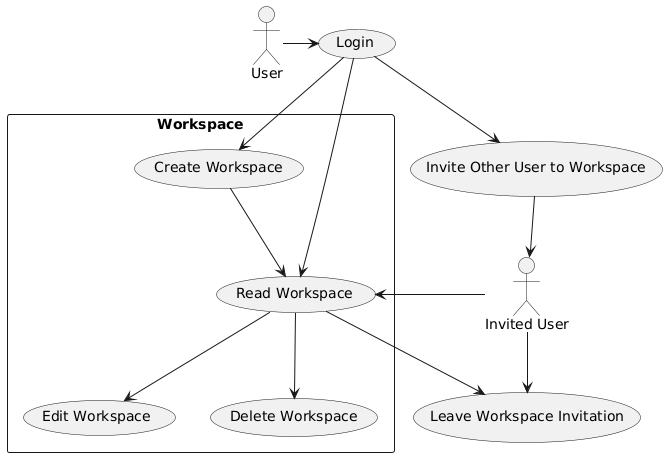
davidimannuel/uwika_task_tracker keeps this PlantUML diagram as docs/latex/assets/usecase_diagrams/task.png. Above is the earlier version.
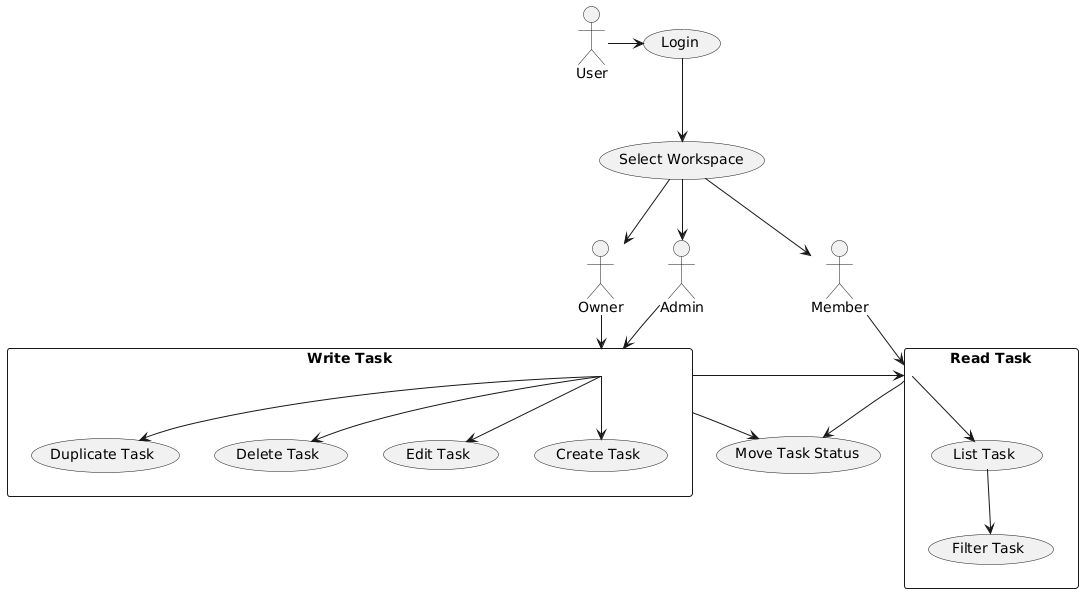
Later version of the same file.

What changed in the source:
```diff
@@ -1,18 +1,34 @@
 @startuml
 actor User
-actor "Invited User" as InvitedUser
+actor Owner
+actor Admin
+actor Member
 
 User -right-> (Login)
-(Login) -down-> (Invite Other User to Workspace)
-(Invite Other User to Workspace) --> InvitedUser
-InvitedUser --> (Leave Workspace Invitation)
-rectangle "Workspace" {
-  (Login) -> (Create Workspace)
-  (Login) --> (Read Workspace)
-  (InvitedUser) -> (Read Workspace)
-  (Create Workspace) --> (Read Workspace)
-  (Read Workspace) --> (Edit Workspace)
-  (Read Workspace) --> (Delete Workspace)
-  (Read Workspace) -> (Leave Workspace Invitation)
+(Login) -down-> (Select Workspace)
+
+(Select Workspace) -down-> (Owner)
+(Select Workspace) -down-> (Admin)
+(Select Workspace) -down-> (Member)
+
+rectangle "Write Task" {
+  (Owner) --> (Write Task)
+  (Admin) --> (Write Task)
+  (Write Task) -down-> (Create Task)
+  (Write Task) -down-> (Edit Task)
+  (Write Task) -down-> (Delete Task)
+  (Write Task) -down-> (Duplicate Task)
 }
+
+(Write Task) -right-> (Read Task)
+
+
+rectangle "Read Task" {
+  (Member) -down-> (Read Task)
+  (Read Task) -down-> (List Task)
+  (List Task) -down-> (Filter Task)
+}
+
+(Write Task) -down-> (Move Task Status)
+(Read Task) -down-> (Move Task Status)
 @enduml
```
